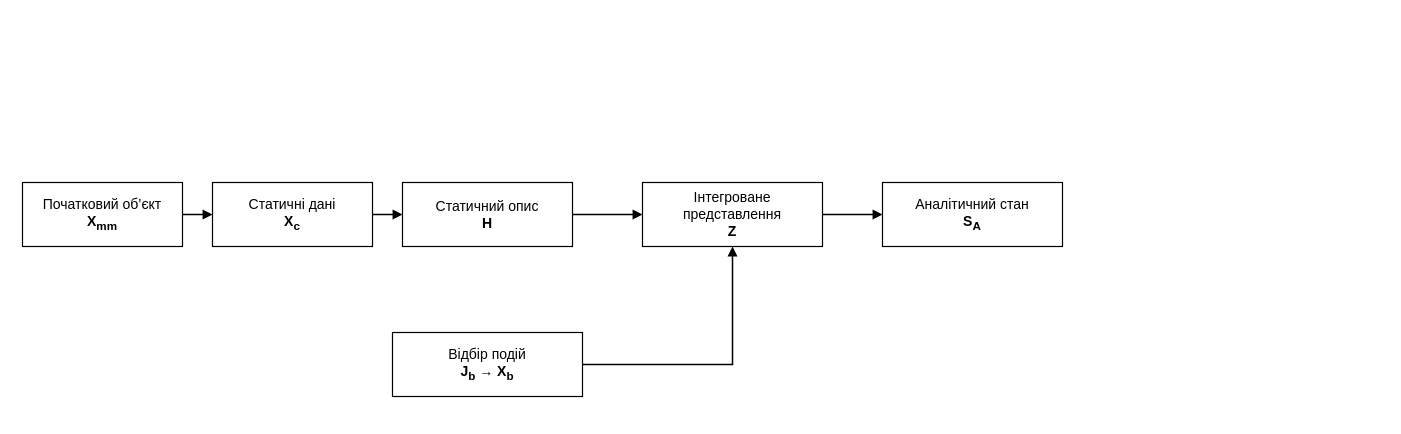
oleksandrmelnychenko/dima-phd keeps this draw.io diagram as title/figures_drawio/fig_3_1_process_organization.drawio. Above is the earlier version. Source tidied: cells renumbered, new cells numbered last; positions are measured from the earlier drawing's top-left corner, leaving out a move shared by most shapes. Both pictures are drawn from the tidied source at 100%, with x=0, y=0 at pixel (22, 182).
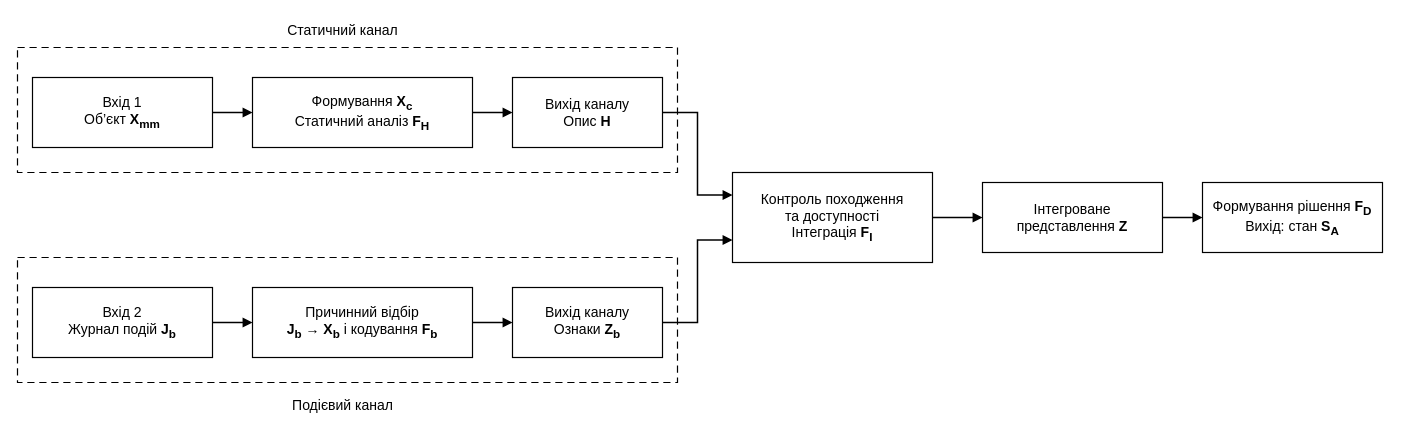
After the change.

Change to the diagram source:
```diff
@@
+    <mxCell id="13" style="rounded=0;whiteSpace=wrap;html=1;fillColor=none;strokeColor=#000000;strokeWidth=1.2;dashed=1;dashPattern=6 4;" parent="1" vertex="1">
+      <mxGeometry x="-5" y="-135" width="660" height="125" as="geometry" />
+    </mxCell>
+    <mxCell id="14" style="rounded=0;whiteSpace=wrap;html=1;fillColor=none;strokeColor=#000000;strokeWidth=1.2;dashed=1;dashPattern=6 4;" parent="1" vertex="1">
+      <mxGeometry x="-5" y="75" width="660" height="125" as="geometry" />
+    </mxCell>
+    <mxCell id="15" value="Статичний канал" style="text;html=1;strokeColor=none;fillColor=none;align=center;verticalAlign=middle;fontSize=14;fontColor=#000000;" parent="1" vertex="1">
+      <mxGeometry x="230" y="-165" width="180" height="25" as="geometry" />
+    </mxCell>
+    <mxCell id="16" value="Подієвий канал" style="text;html=1;strokeColor=none;fillColor=none;align=center;verticalAlign=middle;fontSize=14;fontColor=#000000;" parent="1" vertex="1">
+      <mxGeometry x="230" y="210" width="180" height="25" as="geometry" />
+    </mxCell>
-    <mxCell id="2" value="Початковий об’єкт&lt;br&gt;&lt;b&gt;X&lt;sub&gt;mm&lt;/sub&gt;&lt;/b&gt;" style="rounded=0;whiteSpace=wrap;html=1;fillColor=#ffffff;strokeColor=#000000;strokeWidth=1.2;fontColor=#000000;fontSize=14;align=center;verticalAlign=middle;spacing=8;" parent="1" vertex="1">
-      <mxGeometry width="160" height="64" as="geometry" />
+    <mxCell id="2" value="Вхід 1&lt;br&gt;Об’єкт &lt;b&gt;X&lt;sub&gt;mm&lt;/sub&gt;&lt;/b&gt;" style="rounded=0;whiteSpace=wrap;html=1;fillColor=#ffffff;strokeColor=#000000;strokeWidth=1.2;fontColor=#000000;fontSize=14;align=center;verticalAlign=middle;spacing=7;" parent="1" vertex="1">
+      <mxGeometry x="10" y="-105" width="180" height="70" as="geometry" />
     </mxCell>
-    <mxCell id="3" value="Статичні дані&lt;br&gt;&lt;b&gt;X&lt;sub&gt;c&lt;/sub&gt;&lt;/b&gt;" style="rounded=0;whiteSpace=wrap;html=1;fillColor=#ffffff;strokeColor=#000000;strokeWidth=1.2;fontColor=#000000;fontSize=14;align=center;verticalAlign=middle;spacing=8;" parent="1" vertex="1">
-      <mxGeometry x="190" width="160" height="64" as="geometry" />
+    <mxCell id="3" value="Формування &lt;b&gt;X&lt;sub&gt;c&lt;/sub&gt;&lt;/b&gt;&lt;br&gt;Статичний аналіз &lt;b&gt;F&lt;sub&gt;H&lt;/sub&gt;&lt;/b&gt;" style="rounded=0;whiteSpace=wrap;html=1;fillColor=#ffffff;strokeColor=#000000;strokeWidth=1.2;fontColor=#000000;fontSize=14;align=center;verticalAlign=middle;spacing=7;" parent="1" vertex="1">
+      <mxGeometry x="230" y="-105" width="220" height="70" as="geometry" />
     </mxCell>
-    <mxCell id="4" value="Статичний опис&lt;br&gt;&lt;b&gt;H&lt;/b&gt;" style="rounded=0;whiteSpace=wrap;html=1;fillColor=#ffffff;strokeColor=#000000;strokeWidth=1.2;fontColor=#000000;fontSize=14;align=center;verticalAlign=middle;spacing=8;" parent="1" vertex="1">
-      <mxGeometry x="380" width="170" height="64" as="geometry" />
+    <mxCell id="4" value="Вихід каналу&lt;br&gt;Опис &lt;b&gt;H&lt;/b&gt;" style="rounded=0;whiteSpace=wrap;html=1;fillColor=#ffffff;strokeColor=#000000;strokeWidth=1.2;fontColor=#000000;fontSize=14;align=center;verticalAlign=middle;spacing=7;" parent="1" vertex="1">
+      <mxGeometry x="490" y="-105" width="150" height="70" as="geometry" />
     </mxCell>
-    <mxCell id="5" value="Відбір подій&lt;br&gt;&lt;b&gt;J&lt;sub&gt;b&lt;/sub&gt; → X&lt;sub&gt;b&lt;/sub&gt;&lt;/b&gt;" style="rounded=0;whiteSpace=wrap;html=1;fillColor=#ffffff;strokeColor=#000000;strokeWidth=1.2;fontColor=#000000;fontSize=14;align=center;verticalAlign=middle;spacing=8;" parent="1" vertex="1">
-      <mxGeometry x="370" y="150" width="190" height="64" as="geometry" />
+    <mxCell id="5" value="Вхід 2&lt;br&gt;Журнал подій &lt;b&gt;J&lt;sub&gt;b&lt;/sub&gt;&lt;/b&gt;" style="rounded=0;whiteSpace=wrap;html=1;fillColor=#ffffff;strokeColor=#000000;strokeWidth=1.2;fontColor=#000000;fontSize=14;align=center;verticalAlign=middle;spacing=7;" parent="1" vertex="1">
+      <mxGeometry x="10" y="105" width="180" height="70" as="geometry" />
     </mxCell>
-    <mxCell id="6" value="Інтегроване представлення&lt;br&gt;&lt;b&gt;Z&lt;/b&gt;" style="rounded=0;whiteSpace=wrap;html=1;fillColor=#ffffff;strokeColor=#000000;strokeWidth=1.2;fontColor=#000000;fontSize=14;align=center;verticalAlign=middle;spacing=8;" parent="1" vertex="1">
-      <mxGeometry x="620" width="180" height="64" as="geometry" />
+    <mxCell id="6" value="Причинний відбір&lt;br&gt;&lt;b&gt;J&lt;sub&gt;b&lt;/sub&gt; → X&lt;sub&gt;b&lt;/sub&gt;&lt;/b&gt; і кодування &lt;b&gt;F&lt;sub&gt;b&lt;/sub&gt;&lt;/b&gt;" style="rounded=0;whiteSpace=wrap;html=1;fillColor=#ffffff;strokeColor=#000000;strokeWidth=1.2;fontColor=#000000;fontSize=14;align=center;verticalAlign=middle;spacing=7;" parent="1" vertex="1">
+      <mxGeometry x="230" y="105" width="220" height="70" as="geometry" />
     </mxCell>
-    <mxCell id="7" value="Аналітичний стан&lt;br&gt;&lt;b&gt;S&lt;sub&gt;A&lt;/sub&gt;&lt;/b&gt;" style="rounded=0;whiteSpace=wrap;html=1;fillColor=#ffffff;strokeColor=#000000;strokeWidth=1.2;fontColor=#000000;fontSize=14;align=center;verticalAlign=middle;spacing=8;" parent="1" vertex="1">
-      <mxGeometry x="860" width="180" height="64" as="geometry" />
+    <mxCell id="7" value="Вихід каналу&lt;br&gt;Ознаки &lt;b&gt;Z&lt;sub&gt;b&lt;/sub&gt;&lt;/b&gt;" style="rounded=0;whiteSpace=wrap;html=1;fillColor=#ffffff;strokeColor=#000000;strokeWidth=1.2;fontColor=#000000;fontSize=14;align=center;verticalAlign=middle;spacing=7;" parent="1" vertex="1">
+      <mxGeometry x="490" y="105" width="150" height="70" as="geometry" />
     </mxCell>
+    <mxCell id="17" value="Контроль походження&lt;br&gt;та доступності&lt;br&gt;Інтеграція &lt;b&gt;F&lt;sub&gt;I&lt;/sub&gt;&lt;/b&gt;" style="rounded=0;whiteSpace=wrap;html=1;fillColor=#ffffff;strokeColor=#000000;strokeWidth=1.2;fontColor=#000000;fontSize=14;align=center;verticalAlign=middle;spacing=7;" parent="1" vertex="1">
+      <mxGeometry x="710" y="-10" width="200" height="90" as="geometry" />
+    </mxCell>
+    <mxCell id="18" value="Інтегроване&lt;br&gt;представлення &lt;b&gt;Z&lt;/b&gt;" style="rounded=0;whiteSpace=wrap;html=1;fillColor=#ffffff;strokeColor=#000000;strokeWidth=1.2;fontColor=#000000;fontSize=14;align=center;verticalAlign=middle;spacing=7;" parent="1" vertex="1">
+      <mxGeometry x="960" width="180" height="70" as="geometry" />
+    </mxCell>
+    <mxCell id="19" value="Формування рішення &lt;b&gt;F&lt;sub&gt;D&lt;/sub&gt;&lt;/b&gt;&lt;br&gt;Вихід: стан &lt;b&gt;S&lt;sub&gt;A&lt;/sub&gt;&lt;/b&gt;" style="rounded=0;whiteSpace=wrap;html=1;fillColor=#ffffff;strokeColor=#000000;strokeWidth=1.2;fontColor=#000000;fontSize=14;align=center;verticalAlign=middle;spacing=7;" parent="1" vertex="1">
+      <mxGeometry x="1180" width="180" height="70" as="geometry" />
+    </mxCell>
@@
-    <mxCell id="10" style="edgeStyle=orthogonalEdgeStyle;rounded=0;jettySize=auto;html=1;endArrow=block;endFill=1;strokeColor=#000000;strokeWidth=1.5;" parent="1" edge="1" source="4" target="6">
+    <mxCell id="10" style="edgeStyle=orthogonalEdgeStyle;rounded=0;jettySize=auto;html=1;endArrow=block;endFill=1;strokeColor=#000000;strokeWidth=1.5;" parent="1" edge="1" source="5" target="6">
       <mxGeometry relative="1" as="geometry" />
     </mxCell>
-    <mxCell id="11" style="edgeStyle=orthogonalEdgeStyle;rounded=0;jettySize=auto;html=1;endArrow=block;endFill=1;strokeColor=#000000;strokeWidth=1.5;exitX=1;exitY=0.5;exitDx=0;exitDy=0;entryX=0.5;entryY=1;entryDx=0;entryDy=0;" parent="1" edge="1" source="5" target="6">
+    <mxCell id="11" style="edgeStyle=orthogonalEdgeStyle;rounded=0;jettySize=auto;html=1;endArrow=block;endFill=1;strokeColor=#000000;strokeWidth=1.5;" parent="1" edge="1" source="6" target="7">
       <mxGeometry relative="1" as="geometry" />
     </mxCell>
-    <mxCell id="12" style="edgeStyle=orthogonalEdgeStyle;rounded=0;jettySize=auto;html=1;endArrow=block;endFill=1;strokeColor=#000000;strokeWidth=1.5;exitX=1;exitY=0.5;exitDx=0;exitDy=0;entryX=0;entryY=0.5;entryDx=0;entryDy=0;" parent="1" edge="1" source="6" target="7">
+    <mxCell id="12" style="edgeStyle=orthogonalEdgeStyle;rounded=0;jettySize=auto;html=1;endArrow=block;endFill=1;strokeColor=#000000;strokeWidth=1.5;entryX=0;entryY=0.25;entryDx=0;entryDy=0;" parent="1" edge="1" source="4" target="17">
       <mxGeometry relative="1" as="geometry" />
     </mxCell>
+    <mxCell id="20" style="edgeStyle=orthogonalEdgeStyle;rounded=0;jettySize=auto;html=1;endArrow=block;endFill=1;strokeColor=#000000;strokeWidth=1.5;entryX=0;entryY=0.75;entryDx=0;entryDy=0;" parent="1" edge="1" source="7" target="17">
+      <mxGeometry relative="1" as="geometry" />
+    </mxCell>
+    <mxCell id="21" style="edgeStyle=orthogonalEdgeStyle;rounded=0;jettySize=auto;html=1;endArrow=block;endFill=1;strokeColor=#000000;strokeWidth=1.5;" parent="1" edge="1" source="17" target="18">
+      <mxGeometry relative="1" as="geometry" />
+    </mxCell>
+    <mxCell id="22" style="edgeStyle=orthogonalEdgeStyle;rounded=0;jettySize=auto;html=1;endArrow=block;endFill=1;strokeColor=#000000;strokeWidth=1.5;" parent="1" edge="1" source="18" target="19">
+      <mxGeometry relative="1" as="geometry" />
+    </mxCell>
```
